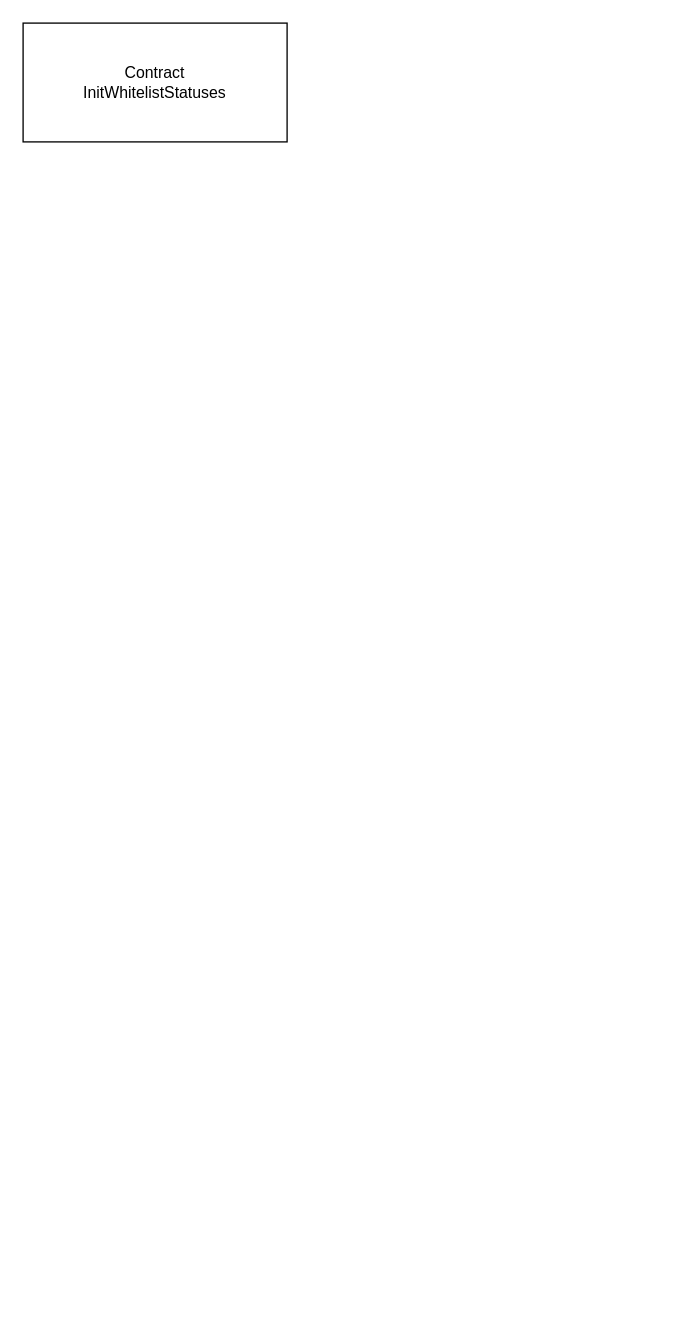
Earlier version of the draw.io diagram BeanStalk_Functionality.drawio (stephenyang21/diagram). Source tidied: cells renumbered, new cells numbered last; positions are measured from the earlier drawing's top-left corner, leaving out a move shared by most shapes. Both pictures are drawn from the tidied source at 132%, with x=0, y=0 at pixel (22, 22).
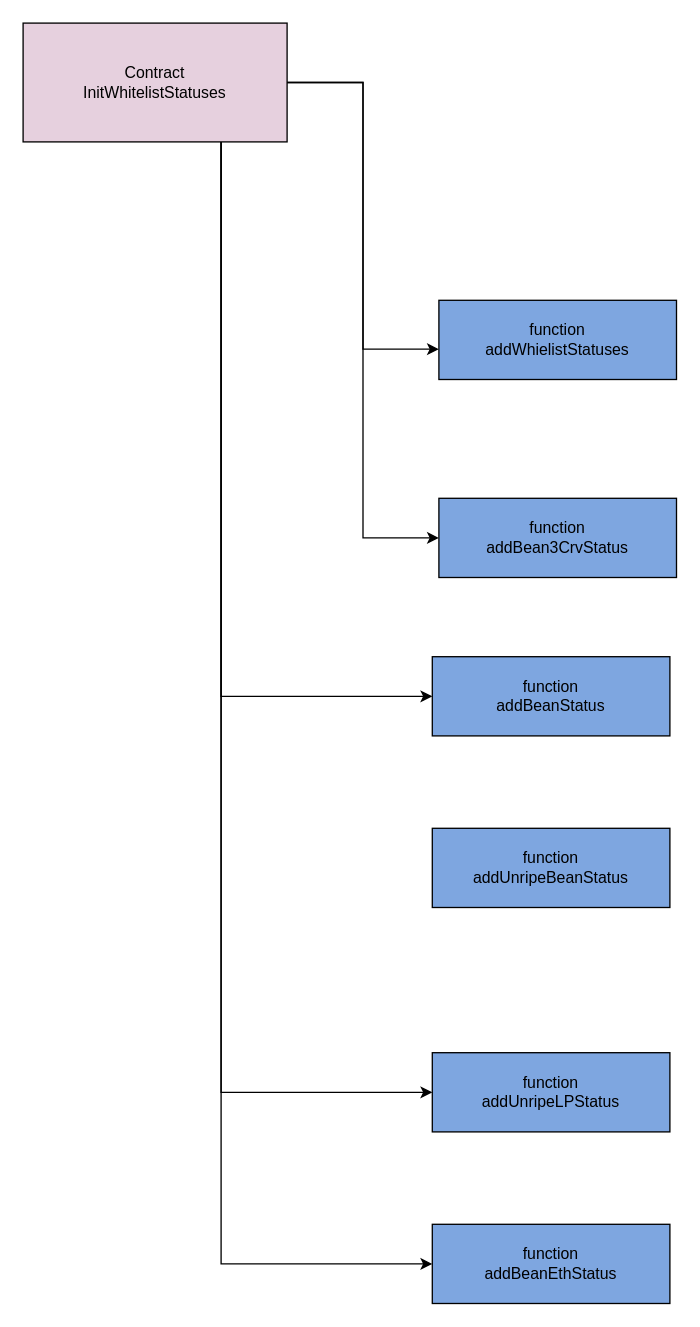
The same page after the edit.

The edit, as a diff of the source:
```diff
@@
 <mxGraphModel>
   <root>
     <mxCell id="0" />
     <mxCell id="1" parent="0" />
+    <mxCell id="3" style="edgeStyle=orthogonalEdgeStyle;rounded=0;jettySize=auto;html=1;entryX=0;entryY=0.617;entryDx=0;entryDy=0;entryPerimeter=0;" parent="1" edge="1" source="2" target="8">
+      <mxGeometry relative="1" as="geometry" />
+    </mxCell>
+    <mxCell id="4" style="edgeStyle=orthogonalEdgeStyle;rounded=0;jettySize=auto;html=1;entryX=0;entryY=0.5;entryDx=0;entryDy=0;" parent="1" edge="1" source="2" target="9">
+      <mxGeometry relative="1" as="geometry" />
+    </mxCell>
+    <mxCell id="5" style="edgeStyle=orthogonalEdgeStyle;rounded=0;jettySize=auto;html=1;entryX=0;entryY=0.5;entryDx=0;entryDy=0;" parent="1" edge="1" source="2" target="10">
+      <mxGeometry relative="1" as="geometry">
+        <Array as="points">
+          <mxPoint x="150" y="510" />
+        </Array>
+      </mxGeometry>
+    </mxCell>
+    <mxCell id="6" style="edgeStyle=orthogonalEdgeStyle;rounded=0;jettySize=auto;html=1;entryX=0;entryY=0.5;entryDx=0;entryDy=0;" parent="1" edge="1" source="2" target="12">
+      <mxGeometry relative="1" as="geometry">
+        <Array as="points">
+          <mxPoint x="150" y="810" />
+        </Array>
+      </mxGeometry>
+    </mxCell>
+    <mxCell id="7" style="edgeStyle=orthogonalEdgeStyle;rounded=0;jettySize=auto;html=1;entryX=0;entryY=0.5;entryDx=0;entryDy=0;" parent="1" edge="1" source="2" target="13">
+      <mxGeometry relative="1" as="geometry">
+        <Array as="points">
+          <mxPoint x="150" y="940" />
+        </Array>
+      </mxGeometry>
+    </mxCell>
-    <mxCell id="2" value="Contract&lt;br&gt;InitWhitelistStatuses" style="rounded=0;whiteSpace=wrap;html=1;" parent="1" vertex="1">
+    <mxCell id="2" value="Contract&lt;br&gt;InitWhitelistStatuses" style="rounded=0;whiteSpace=wrap;html=1;fillColor=#E6D0DE;" parent="1" vertex="1">
       <mxGeometry width="200" height="90" as="geometry" />
     </mxCell>
+    <mxCell id="8" value="function&lt;br&gt;addWhielistStatuses" style="whiteSpace=wrap;html=1;rounded=0;fillColor=#7EA6E0;" parent="1" vertex="1">
+      <mxGeometry x="315" y="210" width="180" height="60" as="geometry" />
+    </mxCell>
+    <mxCell id="9" value="function&lt;br&gt;addBean3CrvStatus" style="whiteSpace=wrap;html=1;rounded=0;fillColor=#7EA6E0;" parent="1" vertex="1">
+      <mxGeometry x="315" y="360" width="180" height="60" as="geometry" />
+    </mxCell>
+    <mxCell id="10" value="function&lt;br&gt;addBeanStatus" style="whiteSpace=wrap;html=1;rounded=0;fillColor=#7EA6E0;" parent="1" vertex="1">
+      <mxGeometry x="310" y="480" width="180" height="60" as="geometry" />
+    </mxCell>
+    <mxCell id="11" value="function&lt;br&gt;addUnripeBeanStatus" style="whiteSpace=wrap;html=1;rounded=0;fillColor=#7EA6E0;" parent="1" vertex="1">
+      <mxGeometry x="310" y="610" width="180" height="60" as="geometry" />
+    </mxCell>
+    <mxCell id="12" value="function&lt;br&gt;addUnripeLPStatus" style="whiteSpace=wrap;html=1;rounded=0;fillColor=#7EA6E0;" parent="1" vertex="1">
+      <mxGeometry x="310" y="780" width="180" height="60" as="geometry" />
+    </mxCell>
+    <mxCell id="13" value="function&lt;br&gt;addBeanEthStatus" style="whiteSpace=wrap;html=1;rounded=0;fillColor=#7EA6E0;" parent="1" vertex="1">
+      <mxGeometry x="310" y="910" width="180" height="60" as="geometry" />
+    </mxCell>
   </root>
 </mxGraphModel>
```
